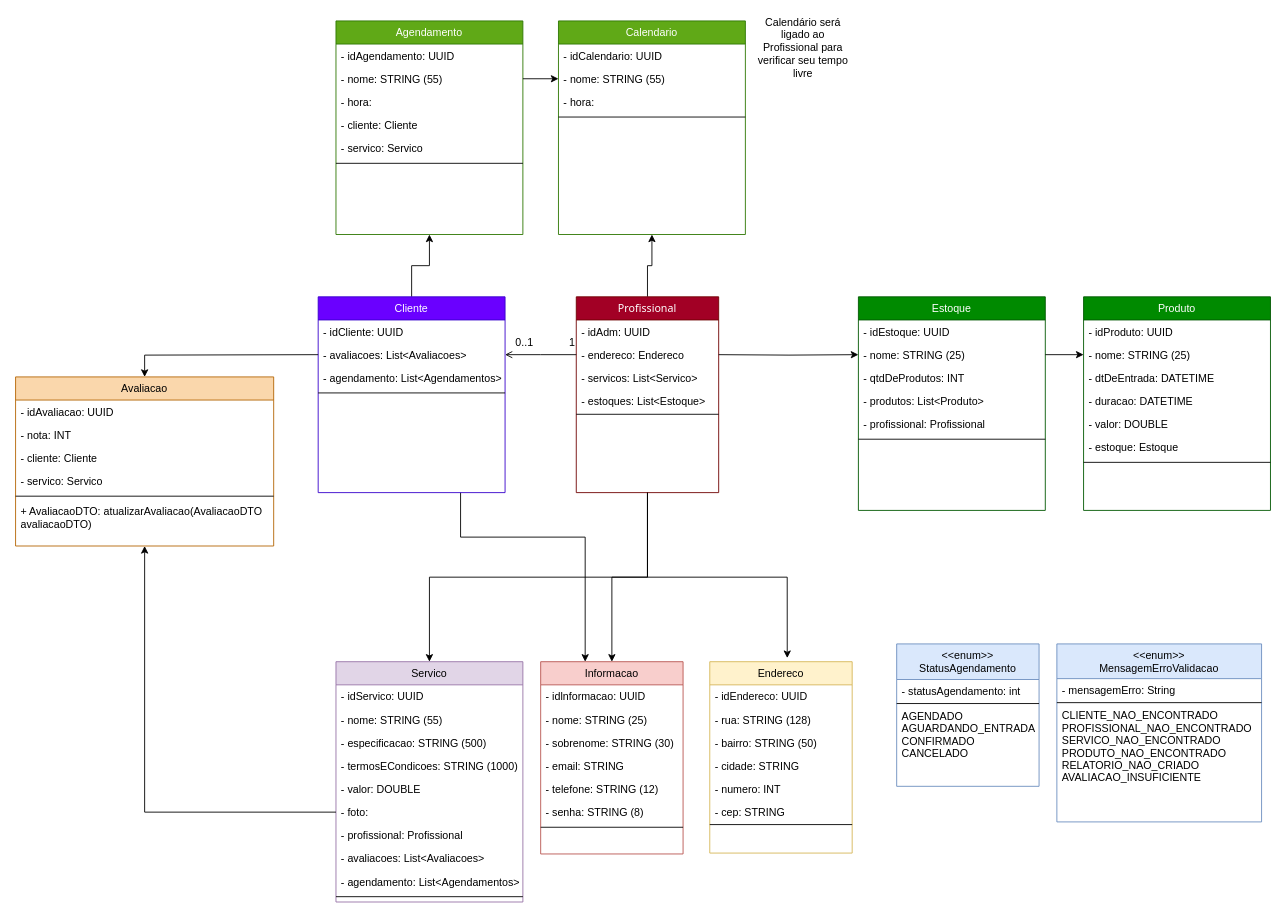
The draw.io diagram docs/salao.drawio in SamelaHostins/SISTEMA-DE-GERENCIAMENTO-BACKEND, before the edit. Source tidied: cells renumbered, new cells numbered last; positions are measured from the earlier drawing's top-left corner, leaving out a move shared by most shapes. Both pictures are drawn from the tidied source at 89%, with x=0, y=0 at pixel (15, 20).
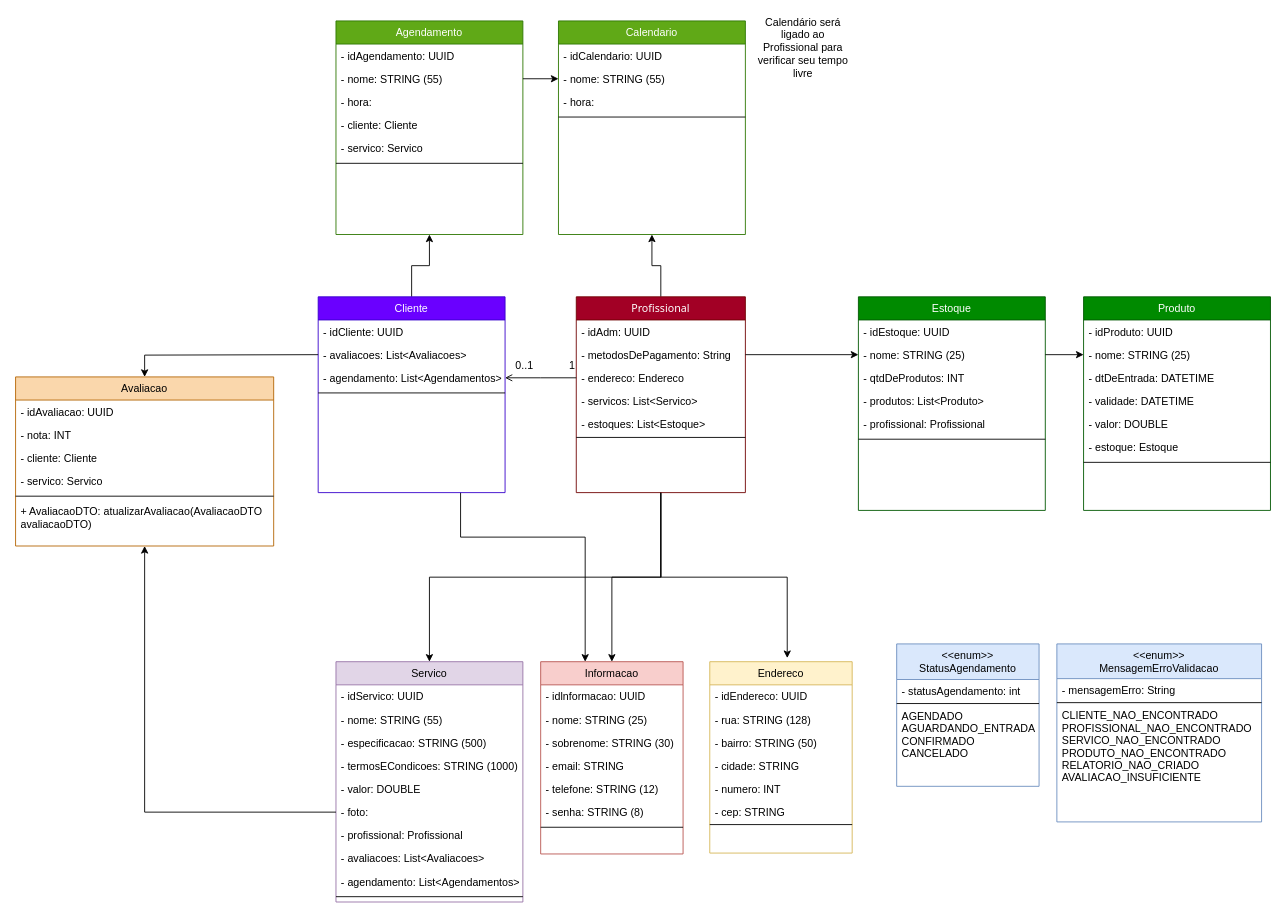
After the change.

The change refers to these unchanged cells:
```xml
<mxCell id="73" value="- nome: STRING (25)" style="text;align=left;verticalAlign=top;spacingLeft=4;spacingRight=4;overflow=hidden;points=[[0,0.5],[1,0.5]];portConstraint=eastwest;rounded=0;shadow=0;html=0;" parent="71" vertex="1">
  <mxGeometry y="52" width="210" height="26" as="geometry" />
</mxCell>
<mxCell id="78" value="Produto" style="swimlane;fontStyle=0;align=center;verticalAlign=top;horizontal=1;startSize=26;rounded=0;shadow=0;strokeWidth=1;fillColor=#008a00;strokeColor=#005700;fontColor=#ffffff;" parent="1" vertex="1">
  <mxGeometry x="1200" y="310" width="210" height="240" as="geometry" />
</mxCell>
```

The edit, as a diff of the source:
```diff
@@
     <mxCell id="5" value="Profissional" style="swimlane;fontStyle=0;align=center;verticalAlign=top;horizontal=1;startSize=26;rounded=0;shadow=0;strokeWidth=1;fontFamily=Tahoma;fillColor=#a20025;fontColor=#ffffff;strokeColor=#6F0000;" parent="1" vertex="1">
-      <mxGeometry x="630" y="310" width="160" height="220" as="geometry" />
+      <mxGeometry x="630" y="310" width="190" height="220" as="geometry" />
     </mxCell>
     <mxCell id="6" value="- idAdm: UUID" style="text;align=left;verticalAlign=top;spacingLeft=4;spacingRight=4;overflow=hidden;" parent="5" vertex="1">
-      <mxGeometry y="26" width="160" height="26" as="geometry" />
+      <mxGeometry y="26" width="190" height="26" as="geometry" />
     </mxCell>
+    <mxCell id="97" value="- metodosDePagamento: String" style="text;align=left;verticalAlign=top;spacingLeft=4;spacingRight=4;overflow=hidden;points=[[0,0.5],[1,0.5]];portConstraint=eastwest;" parent="5" vertex="1">
+      <mxGeometry y="52" width="190" height="26" as="geometry" />
+    </mxCell>
     <mxCell id="7" value="- endereco: Endereco" style="text;align=left;verticalAlign=top;spacingLeft=4;spacingRight=4;overflow=hidden;points=[[0,0.5],[1,0.5]];portConstraint=eastwest;" parent="5" vertex="1">
-      <mxGeometry y="52" width="160" height="26" as="geometry" />
+      <mxGeometry y="78" width="190" height="26" as="geometry" />
     </mxCell>
     <mxCell id="8" value="- servicos: List&lt;Servico&gt;" style="text;align=left;verticalAlign=top;spacingLeft=4;spacingRight=4;overflow=hidden;" parent="5" vertex="1">
-      <mxGeometry y="78" width="160" height="26" as="geometry" />
+      <mxGeometry y="104" width="190" height="26" as="geometry" />
     </mxCell>
     <mxCell id="9" value="- estoques: List&lt;Estoque&gt;" style="text;align=left;verticalAlign=top;spacingLeft=4;spacingRight=4;overflow=hidden;rounded=0;shadow=0;html=0;" parent="5" vertex="1">
-      <mxGeometry y="104" width="160" height="26" as="geometry" />
+      <mxGeometry y="130" width="190" height="26" as="geometry" />
     </mxCell>
     <mxCell id="10" style="line;html=1;strokeWidth=1;align=left;verticalAlign=middle;spacingTop=-1;spacingLeft=3;spacingRight=3;labelPosition=right;" parent="5" vertex="1">
-      <mxGeometry y="130" width="160" height="4" as="geometry" />
+      <mxGeometry y="156" width="190" height="4" as="geometry" />
     </mxCell>
@@
-    <mxCell id="82" value="- duracao: DATETIME" style="text;align=left;verticalAlign=top;spacingLeft=4;spacingRight=4;overflow=hidden;rounded=0;shadow=0;html=0;" parent="78" vertex="1">
+    <mxCell id="82" value="- validade: DATETIME" style="text;align=left;verticalAlign=top;spacingLeft=4;spacingRight=4;overflow=hidden;rounded=0;shadow=0;html=0;" parent="78" vertex="1">
       <mxGeometry y="104" width="210" height="26" as="geometry" />
     </mxCell>
@@
-    <mxCell id="86" style="edgeStyle=orthogonalEdgeStyle;rounded=0;jettySize=auto;html=1;exitX=1;exitY=0.5;exitDx=0;exitDy=0;" parent="1" edge="1" target="73">
-      <mxGeometry relative="1" as="geometry">
-        <mxPoint x="790" y="375" as="sourcePoint" />
-      </mxGeometry>
+    <mxCell id="86" style="edgeStyle=orthogonalEdgeStyle;rounded=0;jettySize=auto;html=1;exitX=1;exitY=0.5;exitDx=0;exitDy=0;" parent="1" edge="1" source="97" target="73">
+      <mxGeometry relative="1" as="geometry" />
     </mxCell>
```
